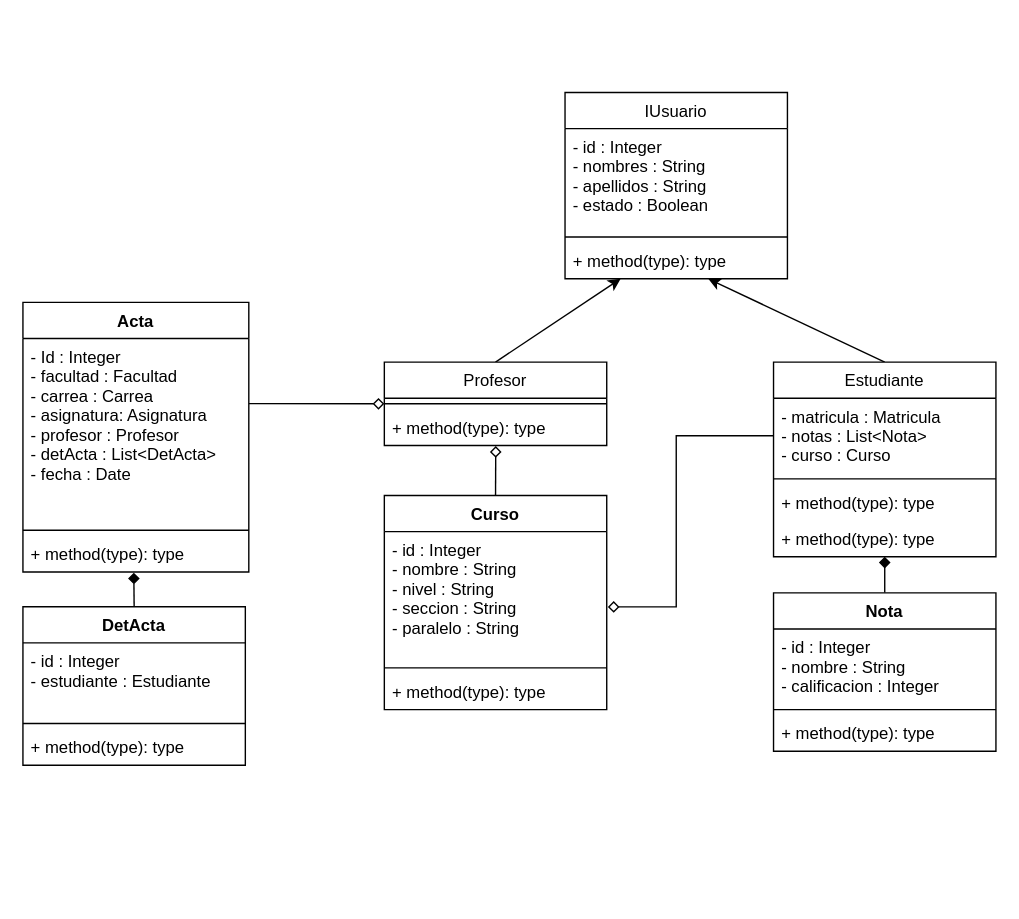
Earlier version of the draw.io diagram Taller 1/diseño/diagrama.drawio (aterana3/Python-4to-semestre). Source tidied: cells renumbered, new cells numbered last; positions are measured from the earlier drawing's top-left corner, leaving out a move shared by most shapes. Both pictures are drawn from the tidied source at 139%, with x=0, y=0 at pixel (22, 92).
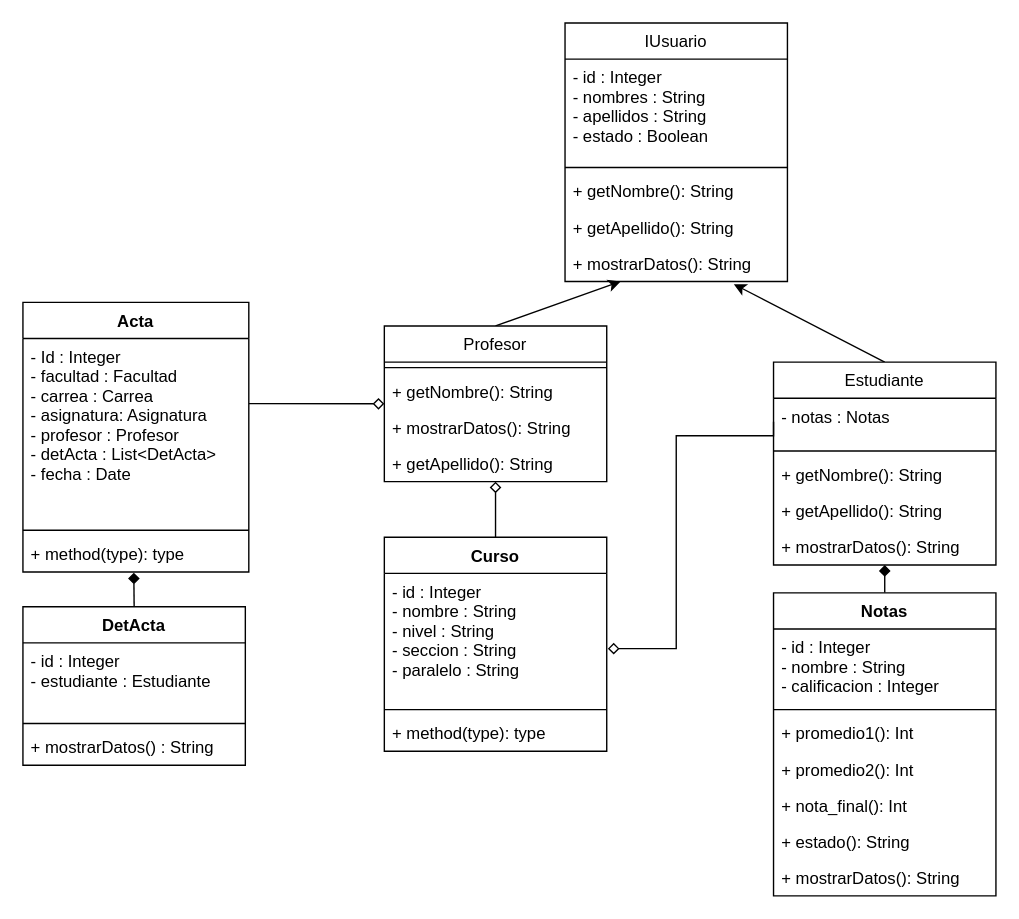
Above is the later version.

Commit message:
Actualizacion de diagrama

Unchanged cells that the change refers to:
```xml
<mxCell id="23" value="DetActa" style="swimlane;fontStyle=1;align=center;verticalAlign=top;horizontal=1;startSize=26;" parent="1" vertex="1">
  <mxGeometry y="370" width="160" height="114" as="geometry" />
</mxCell>
<mxCell id="32" value="- id : Integer&#10;- nombre : String&#10;- nivel : String&#10;- seccion : String&#10;- paralelo : String" style="text;strokeColor=none;fillColor=none;align=left;verticalAlign=top;spacingLeft=4;spacingRight=4;overflow=hidden;points=[[0,0.5],[1,0.5]];portConstraint=eastwest;" parent="31" vertex="1">
  <mxGeometry y="26" width="160" height="94" as="geometry" />
</mxCell>
```

Change to the diagram source:
```diff
@@
     <mxCell id="2" value="IUsuario" style="swimlane;fontStyle=0;align=center;verticalAlign=top;horizontal=1;startSize=26;" parent="1" vertex="1">
-      <mxGeometry x="390" width="160" height="134" as="geometry" />
+      <mxGeometry x="390" y="-50" width="160" height="186" as="geometry" />
     </mxCell>
@@
-    <mxCell id="5" value="+ method(type): type" style="text;strokeColor=none;fillColor=none;align=left;verticalAlign=top;spacingLeft=4;spacingRight=4;overflow=hidden;points=[[0,0.5],[1,0.5]];portConstraint=eastwest;" parent="2" vertex="1">
+    <mxCell id="5" value="+ getNombre(): String" style="text;strokeColor=none;fillColor=none;align=left;verticalAlign=top;spacingLeft=4;spacingRight=4;overflow=hidden;points=[[0,0.5],[1,0.5]];portConstraint=eastwest;" parent="2" vertex="1">
       <mxGeometry y="108" width="160" height="26" as="geometry" />
     </mxCell>
+    <mxCell id="37" value="+ getApellido(): String" style="text;strokeColor=none;fillColor=none;align=left;verticalAlign=top;spacingLeft=4;spacingRight=4;overflow=hidden;" parent="2" vertex="1">
+      <mxGeometry y="134" width="160" height="26" as="geometry" />
+    </mxCell>
+    <mxCell id="38" value="+ mostrarDatos(): String" style="text;strokeColor=none;fillColor=none;align=left;verticalAlign=top;spacingLeft=4;spacingRight=4;overflow=hidden;points=[[0,0.5],[1,0.5]];portConstraint=eastwest;" parent="2" vertex="1">
+      <mxGeometry y="160" width="160" height="26" as="geometry" />
+    </mxCell>
@@
     <mxCell id="8" value="Profesor" style="swimlane;fontStyle=0;align=center;verticalAlign=top;horizontal=1;startSize=26;" parent="1" vertex="1">
-      <mxGeometry x="260" y="194" width="160" height="60" as="geometry" />
+      <mxGeometry x="260" y="168" width="160" height="112" as="geometry" />
     </mxCell>
@@
-    <mxCell id="10" value="+ method(type): type" style="text;strokeColor=none;fillColor=none;align=left;verticalAlign=top;spacingLeft=4;spacingRight=4;overflow=hidden;points=[[0,0.5],[1,0.5]];portConstraint=eastwest;" parent="8" vertex="1">
-      <mxGeometry y="34" width="160" height="26" as="geometry" />
-    </mxCell>
+    <mxCell id="39" value="+ getNombre(): String" style="text;strokeColor=none;fillColor=none;align=left;verticalAlign=top;spacingLeft=4;spacingRight=4;overflow=hidden;" parent="8" vertex="1">
+      <mxGeometry y="34" width="160" height="26" as="geometry" />
+    </mxCell>
+    <mxCell id="40" value="+ mostrarDatos(): String" style="text;strokeColor=none;fillColor=none;align=left;verticalAlign=top;spacingLeft=4;spacingRight=4;overflow=hidden;" parent="8" vertex="1">
+      <mxGeometry y="60" width="160" height="26" as="geometry" />
+    </mxCell>
+    <mxCell id="41" value="+ getApellido(): String" style="text;strokeColor=none;fillColor=none;align=left;verticalAlign=top;spacingLeft=4;spacingRight=4;overflow=hidden;" parent="8" vertex="1">
+      <mxGeometry y="86" width="160" height="26" as="geometry" />
+    </mxCell>
-    <mxCell id="11" style="edgeStyle=none;html=1;exitX=0.5;exitY=0;exitDx=0;exitDy=0;entryX=0.644;entryY=1.004;entryDx=0;entryDy=0;entryPerimeter=0;startArrow=none;startFill=0;endArrow=classic;endFill=1;" parent="1" edge="1" source="12" target="5">
+    <mxCell id="11" style="edgeStyle=none;html=1;exitX=0.5;exitY=0;exitDx=0;exitDy=0;entryX=0.759;entryY=1.075;entryDx=0;entryDy=0;entryPerimeter=0;startArrow=none;startFill=0;endArrow=classic;endFill=1;" parent="1" edge="1" source="12" target="38">
       <mxGeometry relative="1" as="geometry" />
     </mxCell>
     <mxCell id="12" value="Estudiante" style="swimlane;fontStyle=0;align=center;verticalAlign=top;horizontal=1;startSize=26;" parent="1" vertex="1">
-      <mxGeometry x="540" y="194" width="160" height="140" as="geometry" />
+      <mxGeometry x="540" y="194" width="160" height="146" as="geometry" />
     </mxCell>
-    <mxCell id="13" value="- matricula : Matricula&#10;- notas : List&lt;Nota&gt;&#10;- curso : Curso" style="text;strokeColor=none;fillColor=none;align=left;verticalAlign=top;spacingLeft=4;spacingRight=4;overflow=hidden;points=[[0,0.5],[1,0.5]];portConstraint=eastwest;" parent="12" vertex="1">
-      <mxGeometry y="26" width="160" height="54" as="geometry" />
+    <mxCell id="13" value="- notas : Notas" style="text;strokeColor=none;fillColor=none;align=left;verticalAlign=top;spacingLeft=4;spacingRight=4;overflow=hidden;points=[[0,0.5],[1,0.5]];portConstraint=eastwest;" parent="12" vertex="1">
+      <mxGeometry y="26" width="160" height="34" as="geometry" />
     </mxCell>
     <mxCell id="14" style="line;strokeWidth=1;fillColor=none;align=left;verticalAlign=middle;spacingTop=-1;spacingLeft=3;spacingRight=3;labelPosition=right;strokeColor=inherit;" parent="12" vertex="1">
-      <mxGeometry y="80" width="160" height="8" as="geometry" />
+      <mxGeometry y="60" width="160" height="8" as="geometry" />
     </mxCell>
-    <mxCell id="15" value="+ method(type): type" style="text;strokeColor=none;fillColor=none;align=left;verticalAlign=top;spacingLeft=4;spacingRight=4;overflow=hidden;" parent="12" vertex="1">
-      <mxGeometry y="88" width="160" height="26" as="geometry" />
-    </mxCell>
-    <mxCell id="16" value="+ method(type): type" style="text;strokeColor=none;fillColor=none;align=left;verticalAlign=top;spacingLeft=4;spacingRight=4;overflow=hidden;" parent="12" vertex="1">
-      <mxGeometry y="114" width="160" height="26" as="geometry" />
-    </mxCell>
+    <mxCell id="42" value="+ getNombre(): String" style="text;strokeColor=none;fillColor=none;align=left;verticalAlign=top;spacingLeft=4;spacingRight=4;overflow=hidden;" parent="12" vertex="1">
+      <mxGeometry y="68" width="160" height="26" as="geometry" />
+    </mxCell>
+    <mxCell id="43" value="+ getApellido(): String" style="text;strokeColor=none;fillColor=none;align=left;verticalAlign=top;spacingLeft=4;spacingRight=4;overflow=hidden;" parent="12" vertex="1">
+      <mxGeometry y="94" width="160" height="26" as="geometry" />
+    </mxCell>
+    <mxCell id="44" value="+ mostrarDatos(): String" style="text;strokeColor=none;fillColor=none;align=left;verticalAlign=top;spacingLeft=4;spacingRight=4;overflow=hidden;" parent="12" vertex="1">
+      <mxGeometry y="120" width="160" height="26" as="geometry" />
+    </mxCell>
@@
-    <mxCell id="18" value="Nota" style="swimlane;fontStyle=1;align=center;verticalAlign=top;horizontal=1;startSize=26;" parent="1" vertex="1">
-      <mxGeometry x="540" y="360" width="160" height="114" as="geometry" />
+    <mxCell id="18" value="Notas" style="swimlane;fontStyle=1;align=center;verticalAlign=top;horizontal=1;startSize=26;" parent="1" vertex="1">
+      <mxGeometry x="540" y="360" width="160" height="218" as="geometry" />
     </mxCell>
@@
-    <mxCell id="21" value="+ method(type): type" style="text;strokeColor=none;fillColor=none;align=left;verticalAlign=top;spacingLeft=4;spacingRight=4;overflow=hidden;" parent="18" vertex="1">
+    <mxCell id="21" value="+ promedio1(): Int" style="text;strokeColor=none;fillColor=none;align=left;verticalAlign=top;spacingLeft=4;spacingRight=4;overflow=hidden;" parent="18" vertex="1">
       <mxGeometry y="88" width="160" height="26" as="geometry" />
     </mxCell>
+    <mxCell id="45" value="+ promedio2(): Int" style="text;strokeColor=none;fillColor=none;align=left;verticalAlign=top;spacingLeft=4;spacingRight=4;overflow=hidden;" parent="18" vertex="1">
+      <mxGeometry y="114" width="160" height="26" as="geometry" />
+    </mxCell>
+    <mxCell id="46" value="+ nota_final(): Int" style="text;strokeColor=none;fillColor=none;align=left;verticalAlign=top;spacingLeft=4;spacingRight=4;overflow=hidden;" parent="18" vertex="1">
+      <mxGeometry y="140" width="160" height="26" as="geometry" />
+    </mxCell>
+    <mxCell id="47" value="+ estado(): String" style="text;strokeColor=none;fillColor=none;align=left;verticalAlign=top;spacingLeft=4;spacingRight=4;overflow=hidden;" parent="18" vertex="1">
+      <mxGeometry y="166" width="160" height="26" as="geometry" />
+    </mxCell>
+    <mxCell id="48" value="+ mostrarDatos(): String" style="text;strokeColor=none;fillColor=none;align=left;verticalAlign=top;spacingLeft=4;spacingRight=4;overflow=hidden;" parent="18" vertex="1">
+      <mxGeometry y="192" width="160" height="26" as="geometry" />
+    </mxCell>
@@
-    <mxCell id="26" value="+ method(type): type" style="text;strokeColor=none;fillColor=none;align=left;verticalAlign=top;spacingLeft=4;spacingRight=4;overflow=hidden;" parent="23" vertex="1">
+    <mxCell id="26" value="+ mostrarDatos() : String" style="text;strokeColor=none;fillColor=none;align=left;verticalAlign=top;spacingLeft=4;spacingRight=4;overflow=hidden;" parent="23" vertex="1">
       <mxGeometry y="88" width="160" height="26" as="geometry" />
     </mxCell>
@@
     <mxCell id="31" value="Curso" style="swimlane;fontStyle=1;align=center;verticalAlign=top;horizontal=1;startSize=26;" parent="1" vertex="1">
-      <mxGeometry x="260" y="290" width="160" height="154" as="geometry" />
+      <mxGeometry x="260" y="320" width="160" height="154" as="geometry" />
     </mxCell>
@@
-    <mxCell id="35" style="edgeStyle=none;html=1;exitX=0.501;exitY=1.016;exitDx=0;exitDy=0;startArrow=diamond;startFill=0;endArrow=none;endFill=0;exitPerimeter=0;" parent="1" edge="1" source="10">
-      <mxGeometry relative="1" as="geometry">
-        <mxPoint x="340" y="290" as="targetPoint" />
-      </mxGeometry>
+    <mxCell id="35" style="edgeStyle=none;html=1;exitX=0.5;exitY=1;exitDx=0;exitDy=0;startArrow=diamond;startFill=0;endArrow=none;endFill=0;entryX=0.5;entryY=0;entryDx=0;entryDy=0;" parent="1" edge="1" source="8" target="31">
+      <mxGeometry relative="1" as="geometry" />
     </mxCell>
     <mxCell id="36" style="edgeStyle=orthogonalEdgeStyle;rounded=0;jettySize=auto;html=1;exitX=0;exitY=0.5;exitDx=0;exitDy=0;startArrow=none;startFill=0;endArrow=diamond;endFill=0;entryX=1.005;entryY=0.576;entryDx=0;entryDy=0;entryPerimeter=0;" parent="1" edge="1" source="13" target="32">
       <mxGeometry relative="1" as="geometry">
         <Array as="points">
+          <mxPoint x="540" y="247" />
           <mxPoint x="470" y="247" />
-          <mxPoint x="470" y="370" />
+          <mxPoint x="470" y="400" />
         </Array>
       </mxGeometry>
     </mxCell>
```
